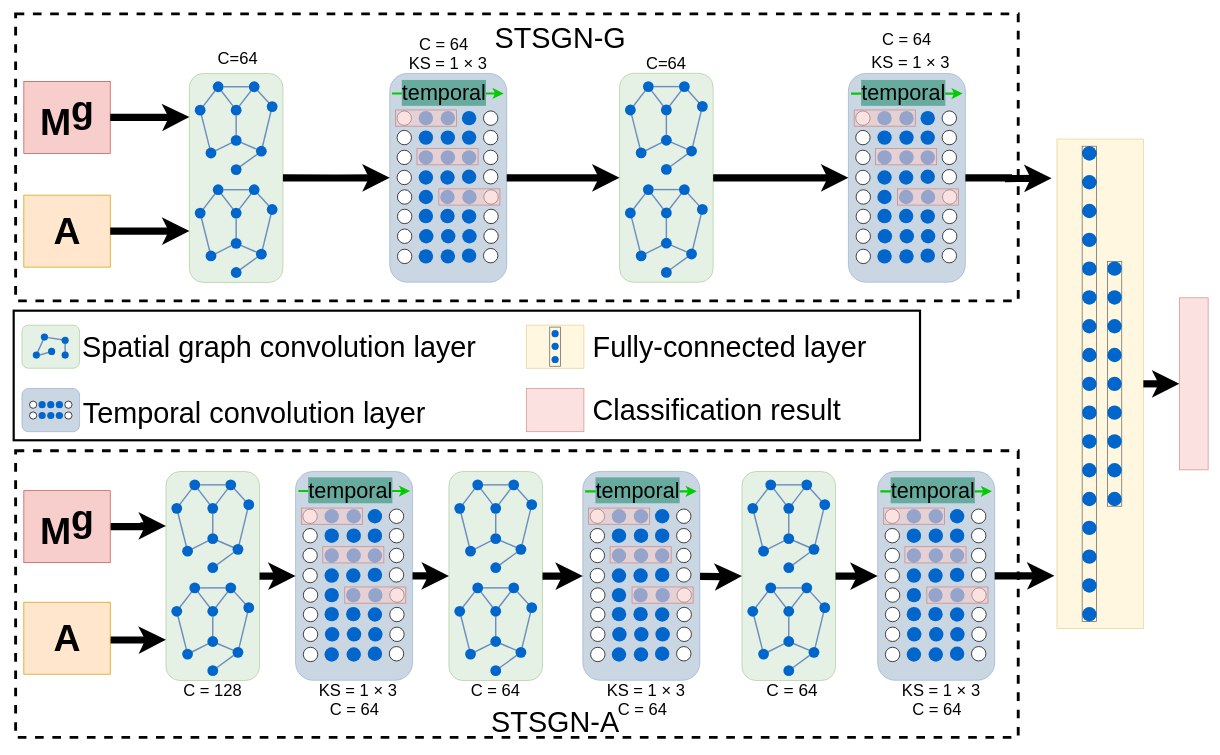
1009351456/Anonymous keeps this draw.io diagram as page "Page-3" (3 of 3) of FG4.drawio. Above is the earlier version. Source tidied: cells renumbered, new cells numbered last; positions are measured from the earlier drawing's top-left corner, leaving out a move shared by most shapes. Both pictures are drawn from the tidied source at 72%, with x=0, y=0 at pixel (13, 14).
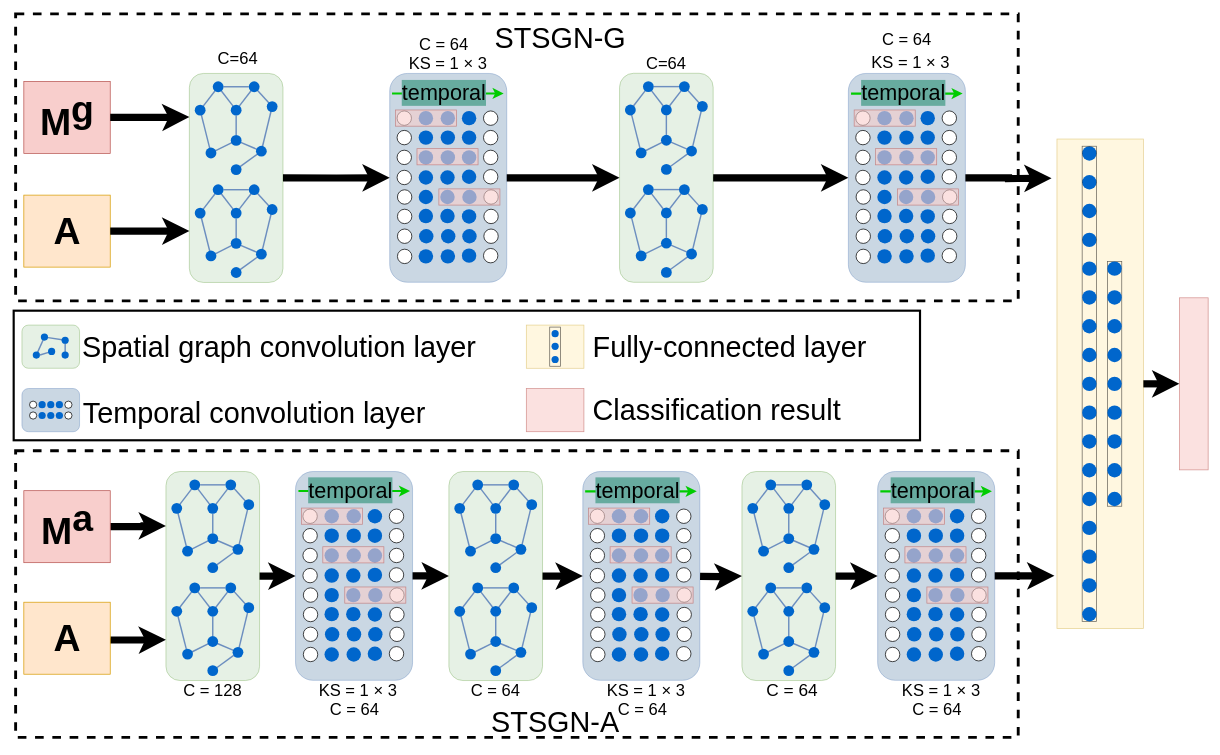
The same diagram, later.

Change to the diagram source:
```diff
@@
-    <mxCell id="512" value="M&lt;sup style=&quot;font-size: 52px;&quot;&gt;g&lt;/sup&gt;" style="rounded=0;whiteSpace=wrap;html=1;fontSize=52;fillColor=#f8cecc;strokeColor=#b85450;fontStyle=1;align=center;verticalAlign=top;" parent="1" vertex="1">
+    <mxCell id="512" value="M&lt;sup style=&quot;font-size: 52px&quot;&gt;a&lt;/sup&gt;" style="rounded=0;whiteSpace=wrap;html=1;fontSize=52;fillColor=#f8cecc;strokeColor=#b85450;fontStyle=1;align=center;verticalAlign=top;" parent="1" vertex="1">
       <mxGeometry x="14.6" y="662" width="120" height="100" as="geometry" />
     </mxCell>
```
